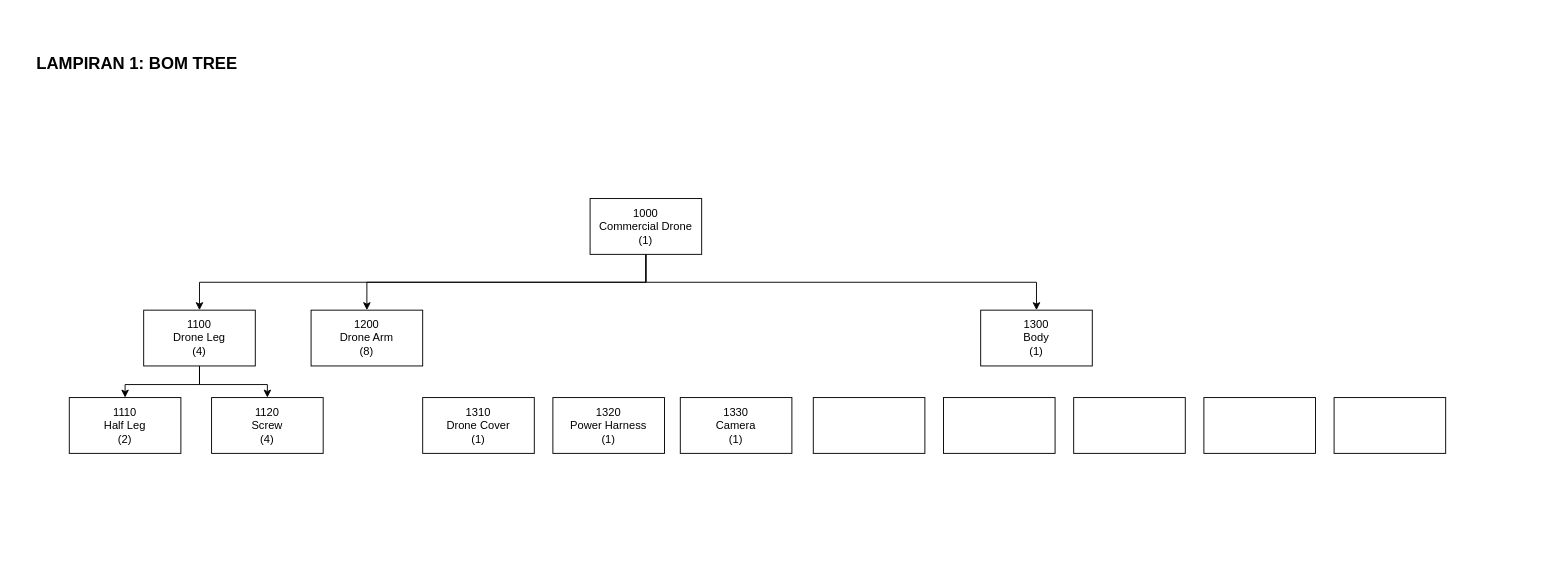
rianromad/Image-Storage keeps this draw.io diagram as BOM TREE.drawio. Above is the earlier version. Source tidied: cells renumbered, new cells numbered last; positions are measured from the earlier drawing's top-left corner, leaving out a move shared by most shapes. Both pictures are drawn from the tidied source at 93%, with x=0, y=0 at pixel (16, 31).
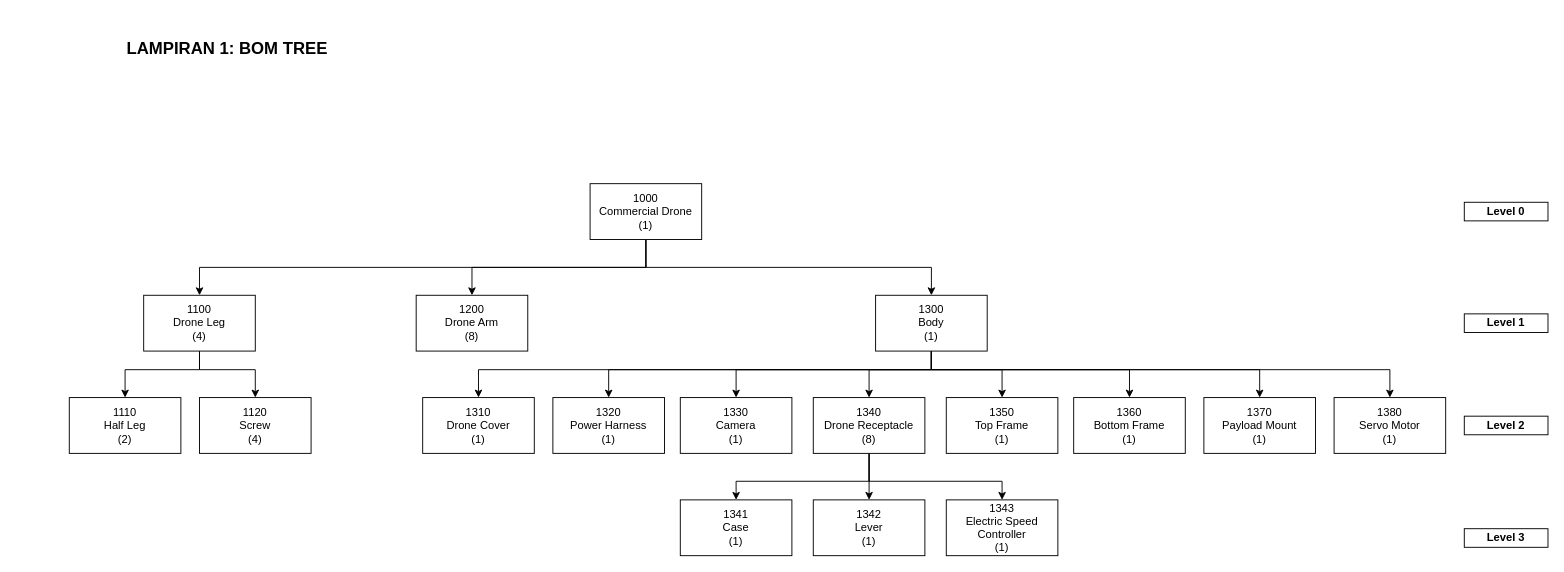
After the change.

Unchanged cells that the change refers to:
```xml
<mxCell id="7" value="&lt;div&gt;1110&lt;/div&gt;&lt;div&gt;Half Leg&lt;/div&gt;&lt;div&gt;(2)&lt;br&gt;&lt;/div&gt;" style="rounded=0;whiteSpace=wrap;html=1;" parent="1" vertex="1">
  <mxGeometry x="57" y="394" width="120" height="60" as="geometry" />
</mxCell>
<mxCell id="12" value="&lt;div&gt;1310&lt;/div&gt;&lt;div&gt;Drone Cover&lt;/div&gt;&lt;div&gt;(1)&lt;br&gt;&lt;/div&gt;" style="rounded=0;whiteSpace=wrap;html=1;" parent="1" vertex="1">
  <mxGeometry x="437" y="394" width="120" height="60" as="geometry" />
</mxCell>
<mxCell id="14" value="&lt;div&gt;1320&lt;/div&gt;&lt;div&gt;Power Harness&lt;/div&gt;&lt;div&gt;(1)&lt;br&gt;&lt;/div&gt;" style="rounded=0;whiteSpace=wrap;html=1;" parent="1" vertex="1">
  <mxGeometry x="577" y="394" width="120" height="60" as="geometry" />
</mxCell>
<mxCell id="17" value="&lt;div&gt;1330&lt;/div&gt;&lt;div&gt;Camera&lt;/div&gt;&lt;div&gt;(1)&lt;br&gt;&lt;/div&gt;" style="rounded=0;whiteSpace=wrap;html=1;" parent="1" vertex="1">
  <mxGeometry x="714" y="394" width="120" height="60" as="geometry" />
</mxCell>
```

The edit, as a diff of the source:
```diff
@@
     <mxCell id="2" style="edgeStyle=orthogonalEdgeStyle;rounded=0;jettySize=auto;html=1;entryX=0.5;entryY=0;entryDx=0;entryDy=0;" parent="1" edge="1" source="5" target="11">
       <mxGeometry relative="1" as="geometry">
         <Array as="points">
-          <mxPoint x="677" y="270" />
-          <mxPoint x="197" y="270" />
+          <mxPoint x="677" y="254" />
+          <mxPoint x="197" y="254" />
         </Array>
       </mxGeometry>
     </mxCell>
     <mxCell id="3" style="edgeStyle=orthogonalEdgeStyle;rounded=0;jettySize=auto;html=1;entryX=0.5;entryY=0;entryDx=0;entryDy=0;" parent="1" edge="1" source="5" target="13">
       <mxGeometry relative="1" as="geometry">
         <Array as="points">
-          <mxPoint x="677" y="270" />
-          <mxPoint x="377" y="270" />
+          <mxPoint x="677" y="254" />
+          <mxPoint x="490" y="254" />
         </Array>
       </mxGeometry>
     </mxCell>
     <mxCell id="4" style="edgeStyle=orthogonalEdgeStyle;rounded=0;jettySize=auto;html=1;entryX=0.5;entryY=0;entryDx=0;entryDy=0;" parent="1" edge="1" source="5" target="8">
       <mxGeometry relative="1" as="geometry">
         <Array as="points">
-          <mxPoint x="677" y="270" />
-          <mxPoint x="1097" y="270" />
+          <mxPoint x="677" y="254" />
+          <mxPoint x="984" y="254" />
         </Array>
       </mxGeometry>
     </mxCell>
     <mxCell id="5" value="&lt;div&gt;1000&lt;br&gt;&lt;/div&gt;&lt;div&gt;Commercial Drone&lt;/div&gt;&lt;div&gt;(1)&lt;br&gt;&lt;/div&gt;" style="rounded=0;whiteSpace=wrap;html=1;" parent="1" vertex="1">
-      <mxGeometry x="617" y="180" width="120" height="60" as="geometry" />
+      <mxGeometry x="617" y="164" width="120" height="60" as="geometry" />
     </mxCell>
     <mxCell id="6" value="&lt;div&gt;1120&lt;br&gt;&lt;/div&gt;&lt;div&gt;Screw&lt;/div&gt;&lt;div&gt;(4)&lt;br&gt;&lt;/div&gt;" style="rounded=0;whiteSpace=wrap;html=1;" parent="1" vertex="1">
-      <mxGeometry x="210" y="394" width="120" height="60" as="geometry" />
+      <mxGeometry x="197" y="394" width="120" height="60" as="geometry" />
     </mxCell>
@@
+    <mxCell id="22" style="edgeStyle=orthogonalEdgeStyle;rounded=0;jettySize=auto;html=1;entryX=0.5;entryY=0;entryDx=0;entryDy=0;" parent="1" edge="1" source="8" target="12">
+      <mxGeometry relative="1" as="geometry">
+        <Array as="points">
+          <mxPoint x="984" y="364" />
+          <mxPoint x="497" y="364" />
+        </Array>
+      </mxGeometry>
+    </mxCell>
+    <mxCell id="23" style="edgeStyle=orthogonalEdgeStyle;rounded=0;jettySize=auto;html=1;entryX=0.5;entryY=0;entryDx=0;entryDy=0;" parent="1" edge="1" source="8" target="14">
+      <mxGeometry relative="1" as="geometry">
+        <Array as="points">
+          <mxPoint x="984" y="364" />
+          <mxPoint x="637" y="364" />
+        </Array>
+      </mxGeometry>
+    </mxCell>
+    <mxCell id="24" style="edgeStyle=orthogonalEdgeStyle;rounded=0;jettySize=auto;html=1;entryX=0.5;entryY=0;entryDx=0;entryDy=0;" parent="1" edge="1" source="8" target="17">
+      <mxGeometry relative="1" as="geometry">
+        <Array as="points">
+          <mxPoint x="984" y="364" />
+          <mxPoint x="774" y="364" />
+        </Array>
+      </mxGeometry>
+    </mxCell>
+    <mxCell id="25" style="edgeStyle=orthogonalEdgeStyle;rounded=0;jettySize=auto;html=1;" parent="1" edge="1" source="8" target="18">
+      <mxGeometry relative="1" as="geometry">
+        <Array as="points">
+          <mxPoint x="984" y="364" />
+          <mxPoint x="917" y="364" />
+        </Array>
+      </mxGeometry>
+    </mxCell>
+    <mxCell id="26" style="edgeStyle=orthogonalEdgeStyle;rounded=0;jettySize=auto;html=1;entryX=0.5;entryY=0;entryDx=0;entryDy=0;" parent="1" edge="1" source="8" target="19">
+      <mxGeometry relative="1" as="geometry">
+        <Array as="points">
+          <mxPoint x="984" y="364" />
+          <mxPoint x="1060" y="364" />
+        </Array>
+      </mxGeometry>
+    </mxCell>
+    <mxCell id="27" style="edgeStyle=orthogonalEdgeStyle;rounded=0;jettySize=auto;html=1;entryX=0.5;entryY=0;entryDx=0;entryDy=0;" parent="1" edge="1" source="8" target="16">
+      <mxGeometry relative="1" as="geometry">
+        <Array as="points">
+          <mxPoint x="984" y="364" />
+          <mxPoint x="1197" y="364" />
+        </Array>
+      </mxGeometry>
+    </mxCell>
+    <mxCell id="28" style="edgeStyle=orthogonalEdgeStyle;rounded=0;jettySize=auto;html=1;entryX=0.5;entryY=0;entryDx=0;entryDy=0;" parent="1" edge="1" source="8" target="15">
+      <mxGeometry relative="1" as="geometry">
+        <Array as="points">
+          <mxPoint x="984" y="364" />
+          <mxPoint x="1337" y="364" />
+        </Array>
+      </mxGeometry>
+    </mxCell>
+    <mxCell id="29" style="edgeStyle=orthogonalEdgeStyle;rounded=0;jettySize=auto;html=1;entryX=0.5;entryY=0;entryDx=0;entryDy=0;" parent="1" edge="1" source="8" target="20">
+      <mxGeometry relative="1" as="geometry">
+        <Array as="points">
+          <mxPoint x="984" y="364" />
+          <mxPoint x="1477" y="364" />
+        </Array>
+      </mxGeometry>
+    </mxCell>
     <mxCell id="8" value="&lt;div&gt;1300&lt;/div&gt;&lt;div&gt;Body&lt;/div&gt;&lt;div&gt;(1)&lt;br&gt;&lt;/div&gt;" style="rounded=0;whiteSpace=wrap;html=1;" parent="1" vertex="1">
-      <mxGeometry x="1037" y="300" width="120" height="60" as="geometry" />
+      <mxGeometry x="924" y="284" width="120" height="60" as="geometry" />
     </mxCell>
     <mxCell id="9" style="edgeStyle=orthogonalEdgeStyle;rounded=0;jettySize=auto;html=1;entryX=0.5;entryY=0;entryDx=0;entryDy=0;" parent="1" edge="1" source="11" target="7">
-      <mxGeometry relative="1" as="geometry" />
+      <mxGeometry relative="1" as="geometry">
+        <Array as="points">
+          <mxPoint x="197" y="364" />
+          <mxPoint x="117" y="364" />
+        </Array>
+      </mxGeometry>
     </mxCell>
     <mxCell id="10" style="edgeStyle=orthogonalEdgeStyle;rounded=0;jettySize=auto;html=1;" parent="1" edge="1" source="11" target="6">
-      <mxGeometry relative="1" as="geometry" />
+      <mxGeometry relative="1" as="geometry">
+        <Array as="points">
+          <mxPoint x="197" y="364" />
+          <mxPoint x="257" y="364" />
+        </Array>
+      </mxGeometry>
     </mxCell>
     <mxCell id="11" value="&lt;div&gt;1100&lt;br&gt;&lt;/div&gt;&lt;div&gt;Drone Leg&lt;/div&gt;&lt;div&gt;(4)&lt;br&gt;&lt;/div&gt;" style="rounded=0;whiteSpace=wrap;html=1;" parent="1" vertex="1">
-      <mxGeometry x="137" y="300" width="120" height="60" as="geometry" />
+      <mxGeometry x="137" y="284" width="120" height="60" as="geometry" />
     </mxCell>
@@
     <mxCell id="13" value="&lt;div&gt;1200&lt;/div&gt;&lt;div&gt;Drone Arm&lt;/div&gt;&lt;div&gt;(8)&lt;br&gt;&lt;/div&gt;" style="rounded=0;whiteSpace=wrap;html=1;" parent="1" vertex="1">
-      <mxGeometry x="317" y="300" width="120" height="60" as="geometry" />
+      <mxGeometry x="430" y="284" width="120" height="60" as="geometry" />
     </mxCell>
@@
-    <mxCell id="15" style="rounded=0;whiteSpace=wrap;html=1;" parent="1" vertex="1">
+    <mxCell id="15" value="&lt;div&gt;1370&lt;/div&gt;&lt;div&gt;Payload Mount&lt;/div&gt;&lt;div&gt;(1)&lt;br&gt;&lt;/div&gt;" style="rounded=0;whiteSpace=wrap;html=1;" parent="1" vertex="1">
       <mxGeometry x="1277" y="394" width="120" height="60" as="geometry" />
     </mxCell>
-    <mxCell id="16" style="rounded=0;whiteSpace=wrap;html=1;" parent="1" vertex="1">
+    <mxCell id="16" value="&lt;div&gt;1360&lt;/div&gt;&lt;div&gt;Bottom Frame&lt;/div&gt;&lt;div&gt;(1)&lt;br&gt;&lt;/div&gt;" style="rounded=0;whiteSpace=wrap;html=1;" parent="1" vertex="1">
       <mxGeometry x="1137" y="394" width="120" height="60" as="geometry" />
     </mxCell>
@@
+    <mxCell id="30" style="edgeStyle=orthogonalEdgeStyle;rounded=0;jettySize=auto;html=1;" parent="1" edge="1" source="18" target="35">
+      <mxGeometry relative="1" as="geometry">
+        <Array as="points">
+          <mxPoint x="917" y="484" />
+          <mxPoint x="774" y="484" />
+        </Array>
+      </mxGeometry>
+    </mxCell>
+    <mxCell id="31" style="edgeStyle=orthogonalEdgeStyle;rounded=0;jettySize=auto;html=1;" parent="1" edge="1" source="18" target="34">
+      <mxGeometry relative="1" as="geometry">
+        <Array as="points">
+          <mxPoint x="917" y="504" />
+          <mxPoint x="917" y="504" />
+        </Array>
+      </mxGeometry>
+    </mxCell>
+    <mxCell id="32" style="edgeStyle=orthogonalEdgeStyle;rounded=0;jettySize=auto;html=1;" parent="1" edge="1" source="18" target="33">
+      <mxGeometry relative="1" as="geometry">
+        <Array as="points">
+          <mxPoint x="917" y="484" />
+          <mxPoint x="1060" y="484" />
+        </Array>
+      </mxGeometry>
+    </mxCell>
-    <mxCell id="18" style="rounded=0;whiteSpace=wrap;html=1;" parent="1" vertex="1">
+    <mxCell id="18" value="&lt;div&gt;1340&lt;/div&gt;&lt;div&gt;Drone Receptacle&lt;/div&gt;&lt;div&gt;(8)&lt;br&gt;&lt;/div&gt;" style="rounded=0;whiteSpace=wrap;html=1;" parent="1" vertex="1">
       <mxGeometry x="857" y="394" width="120" height="60" as="geometry" />
     </mxCell>
-    <mxCell id="19" style="rounded=0;whiteSpace=wrap;html=1;" parent="1" vertex="1">
-      <mxGeometry x="997" y="394" width="120" height="60" as="geometry" />
+    <mxCell id="19" value="&lt;div&gt;1350&lt;/div&gt;&lt;div&gt;Top Frame&lt;/div&gt;&lt;div&gt;(1)&lt;br&gt;&lt;/div&gt;" style="rounded=0;whiteSpace=wrap;html=1;" parent="1" vertex="1">
+      <mxGeometry x="1000" y="394" width="120" height="60" as="geometry" />
     </mxCell>
-    <mxCell id="20" style="rounded=0;whiteSpace=wrap;html=1;" parent="1" vertex="1">
+    <mxCell id="20" value="&lt;div&gt;1380&lt;br&gt;&lt;/div&gt;&lt;div&gt;Servo Motor&lt;/div&gt;&lt;div&gt;(1)&lt;br&gt;&lt;/div&gt;" style="rounded=0;whiteSpace=wrap;html=1;" parent="1" vertex="1">
       <mxGeometry x="1417" y="394" width="120" height="60" as="geometry" />
     </mxCell>
     <mxCell id="21" value="&lt;div&gt;&lt;font style=&quot;font-size: 18px&quot;&gt;&lt;b&gt;LAMPIRAN 1: BOM TREE&lt;br&gt;&lt;/b&gt;&lt;/font&gt;&lt;/div&gt;" style="text;html=1;strokeColor=none;fillColor=none;align=center;verticalAlign=middle;whiteSpace=wrap;rounded=0;" parent="1" vertex="1">
-      <mxGeometry width="260" height="70" as="geometry" />
+      <mxGeometry x="97" y="-16" width="260" height="70" as="geometry" />
     </mxCell>
+    <mxCell id="33" value="&lt;div&gt;1343&lt;/div&gt;&lt;div&gt;Electric Speed Controller&lt;/div&gt;&lt;div&gt;(1)&lt;br&gt;&lt;/div&gt;" style="rounded=0;whiteSpace=wrap;html=1;" parent="1" vertex="1">
+      <mxGeometry x="1000" y="504" width="120" height="60" as="geometry" />
+    </mxCell>
+    <mxCell id="34" value="&lt;div&gt;1342&lt;br&gt;&lt;/div&gt;&lt;div&gt;Lever&lt;/div&gt;&lt;div&gt;(1)&lt;br&gt;&lt;/div&gt;" style="rounded=0;whiteSpace=wrap;html=1;" parent="1" vertex="1">
+      <mxGeometry x="857" y="504" width="120" height="60" as="geometry" />
+    </mxCell>
+    <mxCell id="35" value="&lt;div&gt;1341&lt;br&gt;&lt;/div&gt;&lt;div&gt;Case&lt;/div&gt;&lt;div&gt;(1)&lt;br&gt;&lt;/div&gt;" style="rounded=0;whiteSpace=wrap;html=1;" parent="1" vertex="1">
+      <mxGeometry x="714" y="504" width="120" height="60" as="geometry" />
+    </mxCell>
+    <mxCell id="36" value="&lt;b&gt;Level 0&lt;/b&gt;" style="text;html=1;fillColor=none;align=center;verticalAlign=middle;whiteSpace=wrap;rounded=0;strokeWidth=1;strokeColor=#000000;" parent="1" vertex="1">
+      <mxGeometry x="1557" y="184" width="90" height="20" as="geometry" />
+    </mxCell>
+    <mxCell id="37" value="&lt;b&gt;Level 1&lt;br&gt;&lt;/b&gt;" style="text;html=1;fillColor=none;align=center;verticalAlign=middle;whiteSpace=wrap;rounded=0;strokeWidth=1;strokeColor=#000000;" parent="1" vertex="1">
+      <mxGeometry x="1557" y="304" width="90" height="20" as="geometry" />
+    </mxCell>
+    <mxCell id="38" value="&lt;b&gt;Level 2&lt;br&gt;&lt;/b&gt;" style="text;html=1;fillColor=none;align=center;verticalAlign=middle;whiteSpace=wrap;rounded=0;strokeWidth=1;strokeColor=#000000;" parent="1" vertex="1">
+      <mxGeometry x="1557" y="414" width="90" height="20" as="geometry" />
+    </mxCell>
+    <mxCell id="39" value="&lt;b&gt;Level 3&lt;br&gt;&lt;/b&gt;" style="text;html=1;fillColor=none;align=center;verticalAlign=middle;whiteSpace=wrap;rounded=0;strokeWidth=1;strokeColor=#000000;" parent="1" vertex="1">
+      <mxGeometry x="1557" y="535" width="90" height="20" as="geometry" />
+    </mxCell>
```
